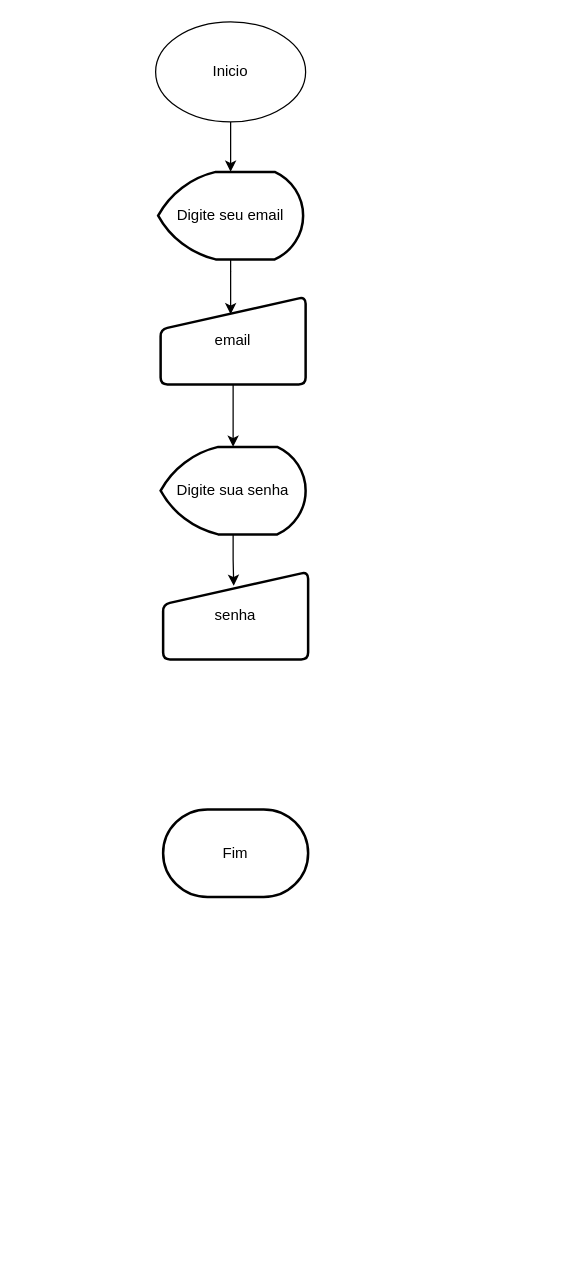
Above: Diagrama sem nome.drawio in RobertofPereira/Java (draw.io), before the change. Source tidied: cells renumbered, new cells numbered last; positions are measured from the earlier drawing's top-left corner, leaving out a move shared by most shapes. Both pictures are drawn from the tidied source at 125%, with x=0, y=0 at pixel (155, 21).
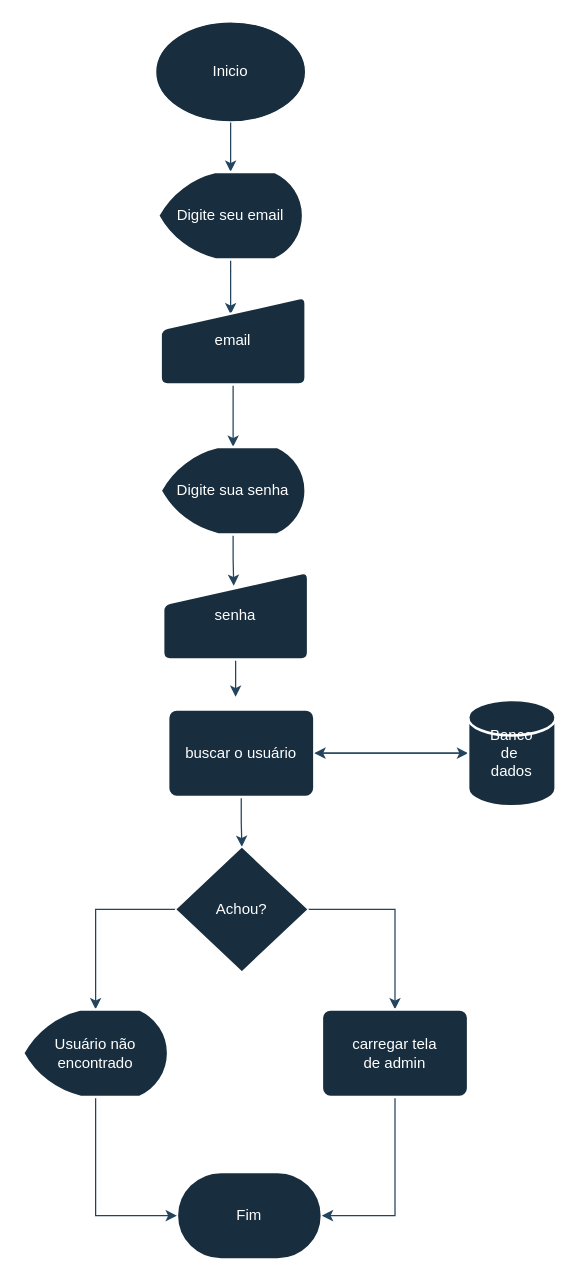
After the change.

Commit message:
diagrama teste aula1

Diff of the diagram source:
```diff
@@
-    <mxCell id="2" style="edgeStyle=orthogonalEdgeStyle;rounded=0;jettySize=auto;html=1;exitX=0.5;exitY=1;exitDx=0;exitDy=0;entryX=0.5;entryY=0;entryDx=0;entryDy=0;entryPerimeter=0;" parent="1" edge="1" source="3" target="6">
+    <mxCell id="2" style="edgeStyle=orthogonalEdgeStyle;rounded=0;jettySize=auto;html=1;exitX=0.5;exitY=1;exitDx=0;exitDy=0;entryX=0.5;entryY=0;entryDx=0;entryDy=0;entryPerimeter=0;labelBackgroundColor=none;strokeColor=#23445D;fontColor=default;" parent="1" edge="1" source="3" target="6">
       <mxGeometry relative="1" as="geometry" />
     </mxCell>
-    <mxCell id="3" value="Inicio" style="ellipse;whiteSpace=wrap;html=1;" parent="1" vertex="1">
+    <mxCell id="3" value="Inicio" style="ellipse;whiteSpace=wrap;html=1;labelBackgroundColor=none;fillColor=#182E3E;strokeColor=#FFFFFF;fontColor=#FFFFFF;" parent="1" vertex="1">
       <mxGeometry width="120" height="80" as="geometry" />
     </mxCell>
-    <mxCell id="4" value="Fim" style="strokeWidth=2;html=1;shape=mxgraph.flowchart.terminator;whiteSpace=wrap;" parent="1" vertex="1">
-      <mxGeometry x="6" y="630" width="116" height="70" as="geometry" />
+    <mxCell id="4" value="Fim" style="strokeWidth=2;html=1;shape=mxgraph.flowchart.terminator;whiteSpace=wrap;labelBackgroundColor=none;fillColor=#182E3E;strokeColor=#FFFFFF;fontColor=#FFFFFF;" parent="1" vertex="1">
+      <mxGeometry x="17" y="920" width="116" height="70" as="geometry" />
     </mxCell>
-    <mxCell id="5" style="edgeStyle=orthogonalEdgeStyle;rounded=0;jettySize=auto;html=1;exitX=0.5;exitY=1;exitDx=0;exitDy=0;exitPerimeter=0;entryX=0.483;entryY=0.2;entryDx=0;entryDy=0;entryPerimeter=0;" parent="1" edge="1" source="6" target="8">
+    <mxCell id="5" style="edgeStyle=orthogonalEdgeStyle;rounded=0;jettySize=auto;html=1;exitX=0.5;exitY=1;exitDx=0;exitDy=0;exitPerimeter=0;entryX=0.483;entryY=0.2;entryDx=0;entryDy=0;entryPerimeter=0;labelBackgroundColor=none;strokeColor=#23445D;fontColor=default;" parent="1" edge="1" source="6" target="8">
       <mxGeometry relative="1" as="geometry" />
     </mxCell>
-    <mxCell id="6" value="Digite seu email" style="strokeWidth=2;html=1;shape=mxgraph.flowchart.display;whiteSpace=wrap;" parent="1" vertex="1">
+    <mxCell id="6" value="Digite seu email" style="strokeWidth=2;html=1;shape=mxgraph.flowchart.display;whiteSpace=wrap;labelBackgroundColor=none;fillColor=#182E3E;strokeColor=#FFFFFF;fontColor=#FFFFFF;" parent="1" vertex="1">
       <mxGeometry x="2" y="120" width="116" height="70" as="geometry" />
     </mxCell>
-    <mxCell id="7" style="edgeStyle=orthogonalEdgeStyle;rounded=0;jettySize=auto;html=1;entryX=0.5;entryY=0;entryDx=0;entryDy=0;entryPerimeter=0;" parent="1" edge="1" source="8" target="10">
+    <mxCell id="7" style="edgeStyle=orthogonalEdgeStyle;rounded=0;jettySize=auto;html=1;entryX=0.5;entryY=0;entryDx=0;entryDy=0;entryPerimeter=0;labelBackgroundColor=none;strokeColor=#23445D;fontColor=default;" parent="1" edge="1" source="8" target="10">
       <mxGeometry relative="1" as="geometry" />
     </mxCell>
-    <mxCell id="8" value="email" style="html=1;strokeWidth=2;shape=manualInput;whiteSpace=wrap;rounded=1;size=26;arcSize=11;" parent="1" vertex="1">
+    <mxCell id="8" value="email" style="html=1;strokeWidth=2;shape=manualInput;whiteSpace=wrap;rounded=1;size=26;arcSize=11;labelBackgroundColor=none;fillColor=#182E3E;strokeColor=#FFFFFF;fontColor=#FFFFFF;" parent="1" vertex="1">
       <mxGeometry x="4" y="220" width="116" height="70" as="geometry" />
     </mxCell>
-    <mxCell id="9" style="edgeStyle=orthogonalEdgeStyle;rounded=0;jettySize=auto;html=1;entryX=0.487;entryY=0.16;entryDx=0;entryDy=0;entryPerimeter=0;" parent="1" edge="1" source="10" target="11">
+    <mxCell id="9" style="edgeStyle=orthogonalEdgeStyle;rounded=0;jettySize=auto;html=1;entryX=0.487;entryY=0.16;entryDx=0;entryDy=0;entryPerimeter=0;labelBackgroundColor=none;strokeColor=#23445D;fontColor=default;" parent="1" edge="1" source="10" target="11">
       <mxGeometry relative="1" as="geometry" />
     </mxCell>
-    <mxCell id="10" value="Digite sua senha" style="strokeWidth=2;html=1;shape=mxgraph.flowchart.display;whiteSpace=wrap;" parent="1" vertex="1">
+    <mxCell id="10" value="Digite sua senha" style="strokeWidth=2;html=1;shape=mxgraph.flowchart.display;whiteSpace=wrap;labelBackgroundColor=none;fillColor=#182E3E;strokeColor=#FFFFFF;fontColor=#FFFFFF;" parent="1" vertex="1">
       <mxGeometry x="4" y="340" width="116" height="70" as="geometry" />
     </mxCell>
+    <mxCell id="12" style="edgeStyle=orthogonalEdgeStyle;rounded=0;jettySize=auto;html=1;labelBackgroundColor=none;strokeColor=#23445D;fontColor=default;" parent="1" edge="1" source="11">
+      <mxGeometry relative="1" as="geometry">
+        <mxPoint x="64" y="540" as="targetPoint" />
+      </mxGeometry>
+    </mxCell>
-    <mxCell id="11" value="senha" style="html=1;strokeWidth=2;shape=manualInput;whiteSpace=wrap;rounded=1;size=26;arcSize=11;" parent="1" vertex="1">
+    <mxCell id="11" value="senha" style="html=1;strokeWidth=2;shape=manualInput;whiteSpace=wrap;rounded=1;size=26;arcSize=11;labelBackgroundColor=none;fillColor=#182E3E;strokeColor=#FFFFFF;fontColor=#FFFFFF;" parent="1" vertex="1">
       <mxGeometry x="6" y="440" width="116" height="70" as="geometry" />
     </mxCell>
+    <mxCell id="13" style="edgeStyle=orthogonalEdgeStyle;rounded=0;jettySize=auto;html=1;entryX=0;entryY=0.5;entryDx=0;entryDy=0;entryPerimeter=0;labelBackgroundColor=none;strokeColor=#23445D;fontColor=default;" parent="1" edge="1" source="15" target="17">
+      <mxGeometry relative="1" as="geometry" />
+    </mxCell>
+    <mxCell id="14" style="edgeStyle=orthogonalEdgeStyle;rounded=0;jettySize=auto;html=1;strokeColor=#23445D;" parent="1" edge="1" source="15" target="20">
+      <mxGeometry relative="1" as="geometry" />
+    </mxCell>
+    <mxCell id="15" value="buscar o usuário" style="rounded=1;whiteSpace=wrap;html=1;absoluteArcSize=1;arcSize=14;strokeWidth=2;labelBackgroundColor=none;fillColor=#182E3E;strokeColor=#FFFFFF;fontColor=#FFFFFF;" parent="1" vertex="1">
+      <mxGeometry x="10" y="550" width="117" height="70" as="geometry" />
+    </mxCell>
+    <mxCell id="16" style="edgeStyle=orthogonalEdgeStyle;rounded=0;jettySize=auto;html=1;entryX=1;entryY=0.5;entryDx=0;entryDy=0;labelBackgroundColor=none;strokeColor=#23445D;fontColor=default;" parent="1" edge="1" source="17" target="15">
+      <mxGeometry relative="1" as="geometry" />
+    </mxCell>
+    <mxCell id="17" value="Banco&lt;br&gt;de&amp;nbsp;&lt;br&gt;dados" style="strokeWidth=2;html=1;shape=mxgraph.flowchart.database;whiteSpace=wrap;labelBackgroundColor=none;fillColor=#182E3E;strokeColor=#FFFFFF;fontColor=#FFFFFF;" parent="1" vertex="1">
+      <mxGeometry x="250" y="542.5" width="70" height="85" as="geometry" />
+    </mxCell>
+    <mxCell id="18" style="edgeStyle=orthogonalEdgeStyle;rounded=0;jettySize=auto;html=1;strokeColor=#23445D;entryX=0.5;entryY=0;entryDx=0;entryDy=0;entryPerimeter=0;" parent="1" edge="1" source="20" target="22">
+      <mxGeometry relative="1" as="geometry" />
+    </mxCell>
+    <mxCell id="19" style="edgeStyle=orthogonalEdgeStyle;rounded=0;jettySize=auto;html=1;strokeColor=#23445D;entryX=0.5;entryY=0;entryDx=0;entryDy=0;" parent="1" edge="1" source="20" target="24">
+      <mxGeometry relative="1" as="geometry" />
+    </mxCell>
+    <mxCell id="20" value="Achou?" style="rhombus;whiteSpace=wrap;html=1;strokeColor=#FFFFFF;fontColor=#FFFFFF;fillColor=#182E3E;" parent="1" vertex="1">
+      <mxGeometry x="16" y="660" width="106" height="100" as="geometry" />
+    </mxCell>
+    <mxCell id="21" style="edgeStyle=orthogonalEdgeStyle;rounded=0;jettySize=auto;html=1;exitX=0.5;exitY=1;exitDx=0;exitDy=0;exitPerimeter=0;entryX=0;entryY=0.5;entryDx=0;entryDy=0;entryPerimeter=0;strokeColor=#23445D;" parent="1" edge="1" source="22" target="4">
+      <mxGeometry relative="1" as="geometry" />
+    </mxCell>
+    <mxCell id="22" value="Usuário não encontrado" style="strokeWidth=2;html=1;shape=mxgraph.flowchart.display;whiteSpace=wrap;labelBackgroundColor=none;fillColor=#182E3E;strokeColor=#FFFFFF;fontColor=#FFFFFF;" parent="1" vertex="1">
+      <mxGeometry x="-106" y="790" width="116" height="70" as="geometry" />
+    </mxCell>
+    <mxCell id="23" style="edgeStyle=orthogonalEdgeStyle;rounded=0;jettySize=auto;html=1;entryX=1;entryY=0.5;entryDx=0;entryDy=0;entryPerimeter=0;strokeColor=#23445D;" parent="1" edge="1" source="24" target="4">
+      <mxGeometry relative="1" as="geometry" />
+    </mxCell>
+    <mxCell id="24" value="carregar tela &lt;br&gt;de admin" style="rounded=1;whiteSpace=wrap;html=1;absoluteArcSize=1;arcSize=14;strokeWidth=2;labelBackgroundColor=none;fillColor=#182E3E;strokeColor=#FFFFFF;fontColor=#FFFFFF;" parent="1" vertex="1">
+      <mxGeometry x="133" y="790" width="117" height="70" as="geometry" />
+    </mxCell>
+    <mxCell id="25" value="Não" style="text;html=1;align=center;verticalAlign=middle;strokeColor=none;fillColor=none;fontColor=#FFFFFF;" parent="1" vertex="1">
+      <mxGeometry x="-50" y="690" width="50" height="30" as="geometry" />
+    </mxCell>
+    <mxCell id="26" value="Sim" style="text;html=1;align=center;verticalAlign=middle;strokeColor=none;fillColor=none;fontColor=#FFFFFF;" parent="1" vertex="1">
+      <mxGeometry x="150" y="690" width="40" height="30" as="geometry" />
+    </mxCell>
```
